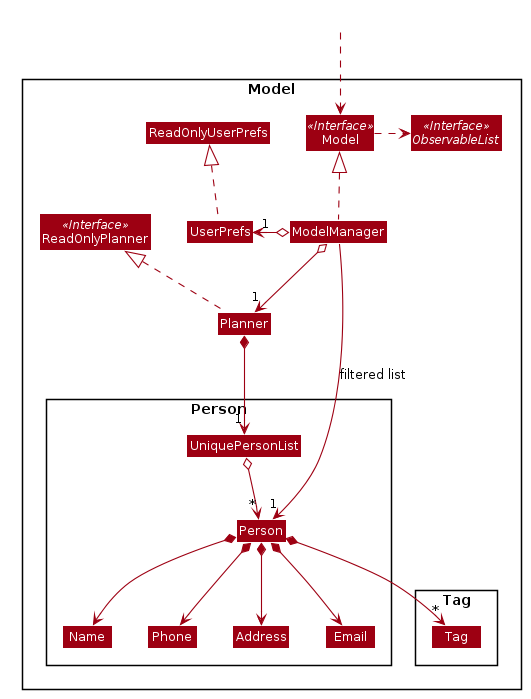
Above: images/ModelClassDiagram.png in DANamic/main (PlantUML), before the change. Source of this version:
```plantuml
@startuml








skinparam BackgroundColor #FFFFFFF

skinparam Shadowing false

skinparam Class {
    FontColor #FFFFFF
    BorderThickness 1
    BorderColor #FFFFFF
    StereotypeFontColor #FFFFFF
    FontName Arial
}

skinparam Actor {
    BorderColor #000000
    Color #000000
    FontName Arial
}

skinparam Sequence {
    MessageAlign center
    BoxFontSize 15
    BoxPadding 0
    BoxFontColor #FFFFFF
    FontName Arial
}

skinparam Participant {
    FontColor #FFFFFFF
    Padding 20
}

skinparam MinClassWidth 50
skinparam ParticipantPadding 10
skinparam Shadowing false
skinparam DefaultTextAlignment center
skinparam packageStyle Rectangle

hide footbox
hide members
hide circle
skinparam arrowThickness 1.1
skinparam arrowColor #9D0012
skinparam classBackgroundColor #9D0012

Package Model <<Rectangle>>{
Interface ReadOnlyPlanner <<Interface>>
Interface Model <<Interface>>
Interface ObservableList <<Interface>>
Class Planner
Class ReadOnlyPlanner
Class Model
Class ModelManager
Class UserPrefs
Class ReadOnlyUserPrefs

Package Person {
Class Person
Class Address
Class Email
Class Name
Class Phone
Class UniquePersonList
}

Package Tag {
Class Tag
}
}

Class HiddenOutside #FFFFFF
HiddenOutside ..> Model

Planner .up.|> ReadOnlyPlanner

ModelManager .up.|> Model
Model .right.> ObservableList
ModelManager o--> "1" Planner
ModelManager o-left-> "1" UserPrefs
UserPrefs .up.|> ReadOnlyUserPrefs

Planner *--> "1" UniquePersonList
UniquePersonList o--> "*" Person
Person *--> Name
Person *--> Phone
Person *--> Email
Person *--> Address
Person *--> "*" Tag

Name -[hidden]right-> Phone
Phone -[hidden]right-> Address
Address -[hidden]right-> Email

ModelManager -->"1" Person : filtered list
@enduml
```
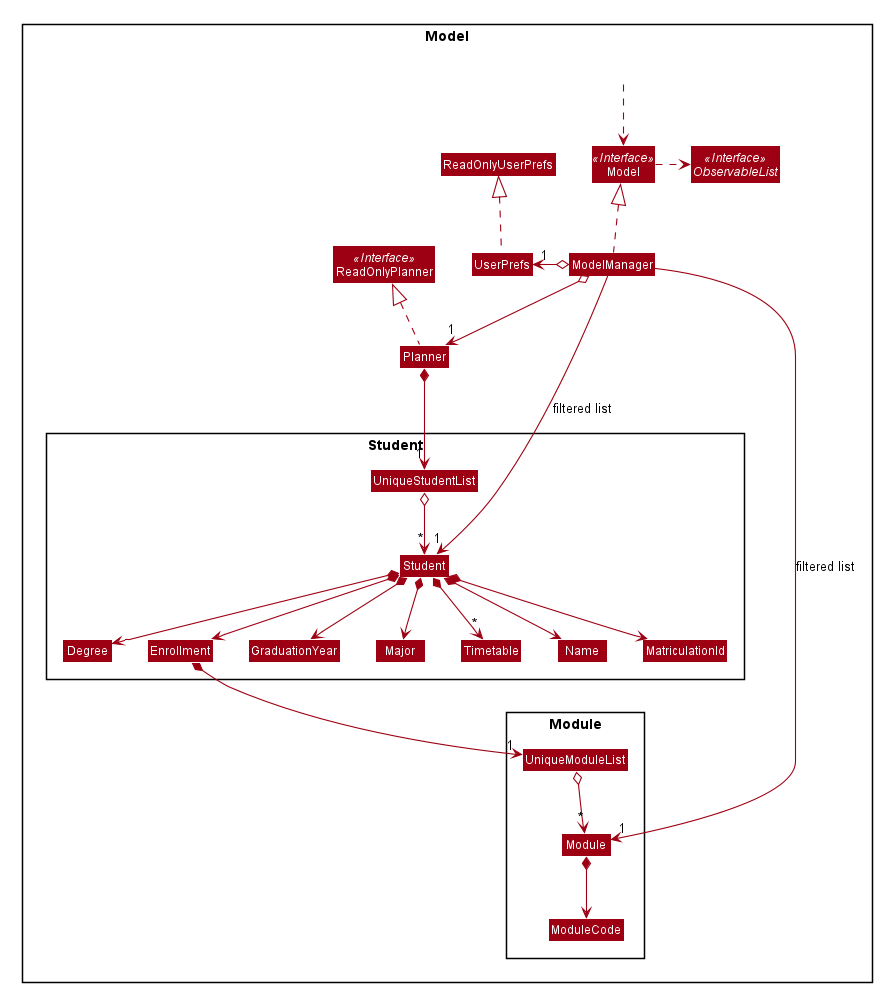
The same file after the commit.

What changed in the source:
```diff
@@ -62,19 +62,25 @@
 Class UserPrefs
 Class ReadOnlyUserPrefs
 
-Package Person {
-Class Person
-Class Address
-Class Email
+Package Student {
+Class Student
+Class Degree
+Class Enrollment
+Class GraduationYear
+Class Major
+Class Timetable
 Class Name
-Class Phone
-Class UniquePersonList
+Class MatriculationId
+Class UniqueStudentList
 }
 
-Package Tag {
-Class Tag
+Package Module {
+Class Module
+Class ModuleCode
+Class UniqueModuleList
 }
-}
+
+
 
 Class HiddenOutside #FFFFFF
 HiddenOutside ..> Model
@@ -87,17 +93,22 @@
 ModelManager o-left-> "1" UserPrefs
 UserPrefs .up.|> ReadOnlyUserPrefs
 
-Planner *--> "1" UniquePersonList
-UniquePersonList o--> "*" Person
-Person *--> Name
-Person *--> Phone
-Person *--> Email
-Person *--> Address
-Person *--> "*" Tag
+Planner *--> "1" UniqueStudentList
+Enrollment *--> "1" UniqueModuleList
+UniqueStudentList o--> "*" Student
+Student *--> Name
+Student *--> Degree
+Student *--> Enrollment
+Student *--> GraduationYear
+Student *--> Major
+Student *--> MatriculationId
+Student *--> "*" Timetable
 
-Name -[hidden]right-> Phone
-Phone -[hidden]right-> Address
-Address -[hidden]right-> Email
+UniqueModuleList o--> "*" Module
+Module *--> ModuleCode
 
-ModelManager -->"1" Person : filtered list
+
+
+ModelManager -->"1" Student : filtered list
+ModelManager -->"1" Module : filtered list
 @enduml
```
